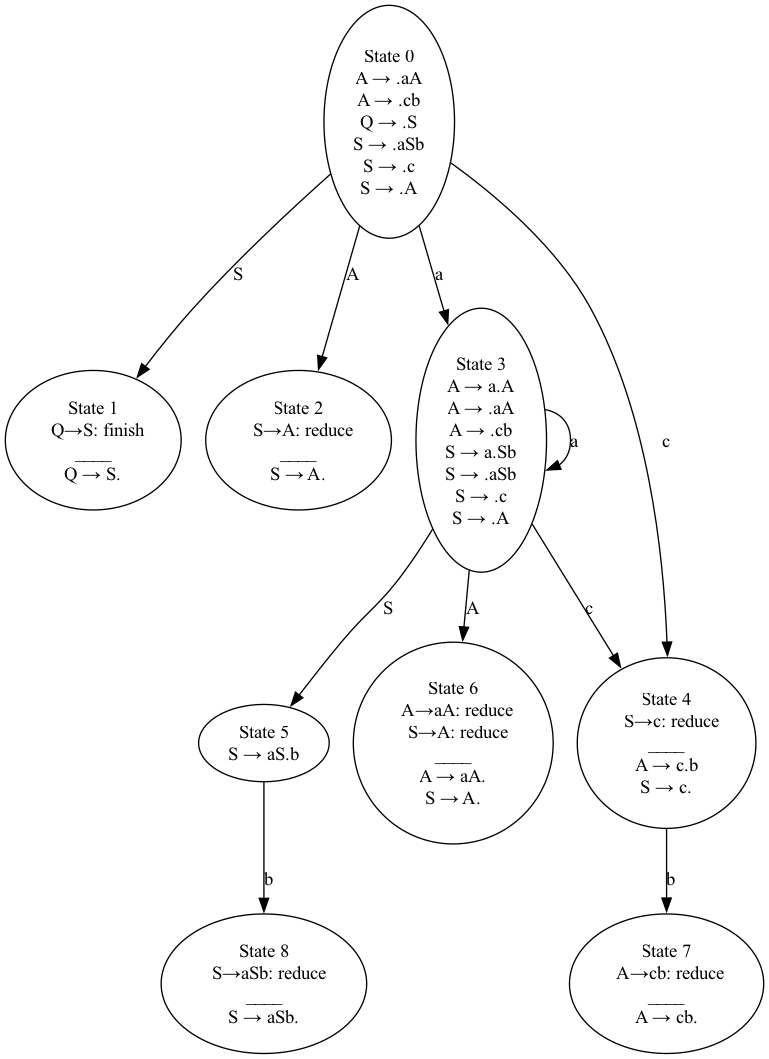
The Graphviz diagram TFI_lab3/automaton.png in HermanDp45/TFI, before a commit. Its source is kept beside it as TFI_lab3/automaton.dot.
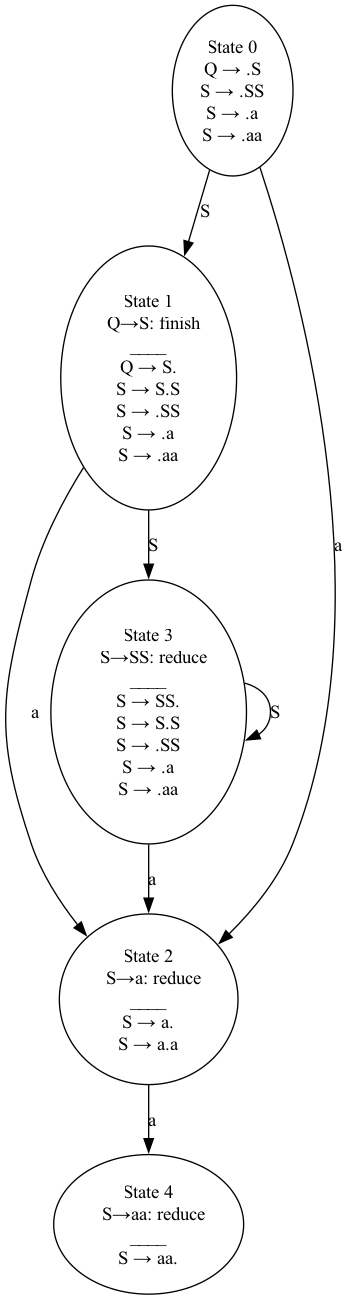
After the change.

The edit, as a diff of the source:
```diff
@@ -1,21 +1,14 @@
 digraph Automaton {
-  state0 [label="State 0\nA → .aA\nA → .cb\nQ → .S\nS → .aSb\nS → .c\nS → .A\n"];
-  state1 [label="State 1\n  Q→S: finish\n ____ \nQ → S.\n"];
-  state2 [label="State 2\n  S→A: reduce\n ____ \nS → A.\n"];
-  state3 [label="State 3\nA → a.A\nA → .aA\nA → .cb\nS → a.Sb\nS → .aSb\nS → .c\nS → .A\n"];
-  state4 [label="State 4\n  S→c: reduce\n ____ \nA → c.b\nS → c.\n"];
-  state5 [label="State 5\nS → aS.b\n"];
-  state6 [label="State 6\n  A→aA: reduce\n  S→A: reduce\n ____ \nA → aA.\nS → A.\n"];
-  state7 [label="State 7\n  A→cb: reduce\n ____ \nA → cb.\n"];
-  state8 [label="State 8\n  S→aSb: reduce\n ____ \nS → aSb.\n"];
-  state0 -> state2 [label="A"];
+  state0 [label="State 0\nQ → .S\nS → .SS\nS → .a\nS → .aa\n"];
+  state1 [label="State 1\n  Q→S: finish\n ____ \nQ → S.\nS → S.S\nS → .SS\nS → .a\nS → .aa\n"];
+  state2 [label="State 2\n  S→a: reduce\n ____ \nS → a.\nS → a.a\n"];
+  state3 [label="State 3\n  S→SS: reduce\n ____ \nS → SS.\nS → S.S\nS → .SS\nS → .a\nS → .aa\n"];
+  state4 [label="State 4\n  S→aa: reduce\n ____ \nS → aa.\n"];
   state0 -> state1 [label="S"];
-  state0 -> state3 [label="a"];
-  state0 -> state4 [label="c"];
-  state3 -> state6 [label="A"];
-  state3 -> state5 [label="S"];
-  state3 -> state3 [label="a"];
-  state3 -> state4 [label="c"];
-  state4 -> state7 [label="b"];
-  state5 -> state8 [label="b"];
+  state0 -> state2 [label="a"];
+  state1 -> state3 [label="S"];
+  state1 -> state2 [label="a"];
+  state2 -> state4 [label="a"];
+  state3 -> state3 [label="S"];
+  state3 -> state2 [label="a"];
 }
```
